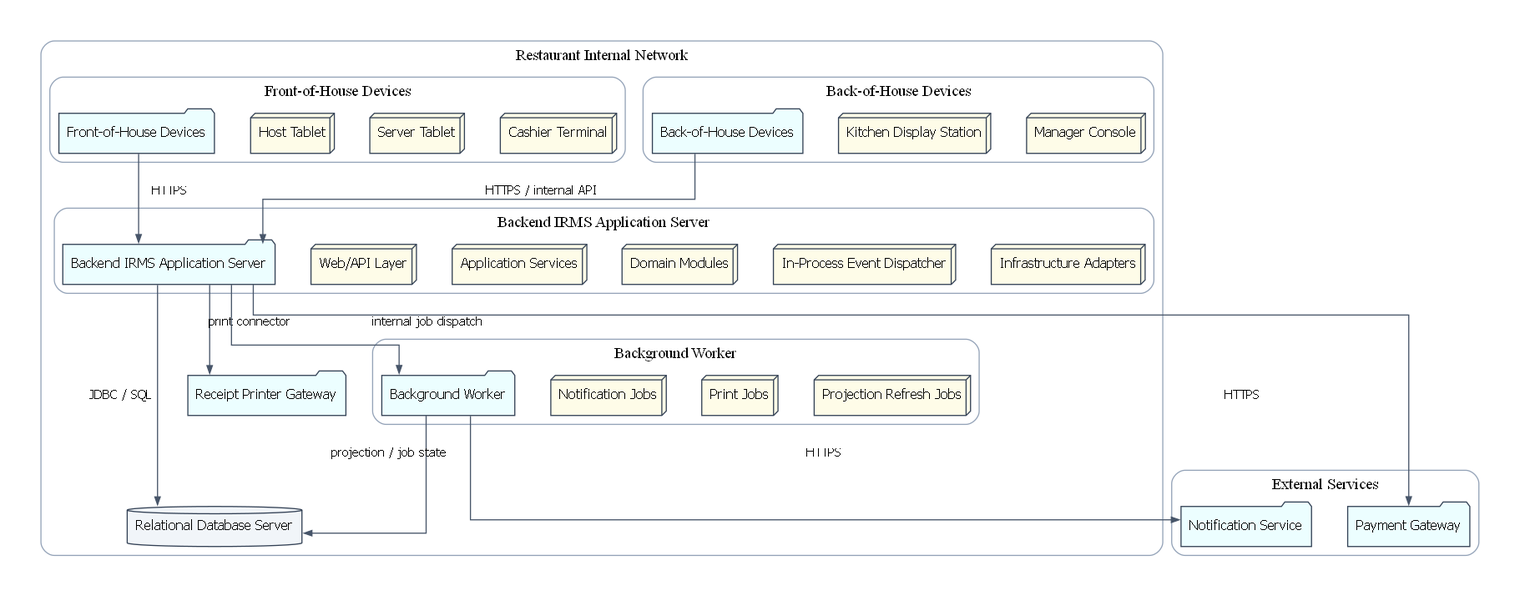
The Graphviz diagram assets/diagrams/rendered/architecture/15_deployment_diagram_physical_deployment_overview.png in lehoangluan1/SA_IRMS, before a commit. Its source is kept beside it as assets/diagrams/source/architecture/15_deployment_diagram_physical_deployment_overview.dot.
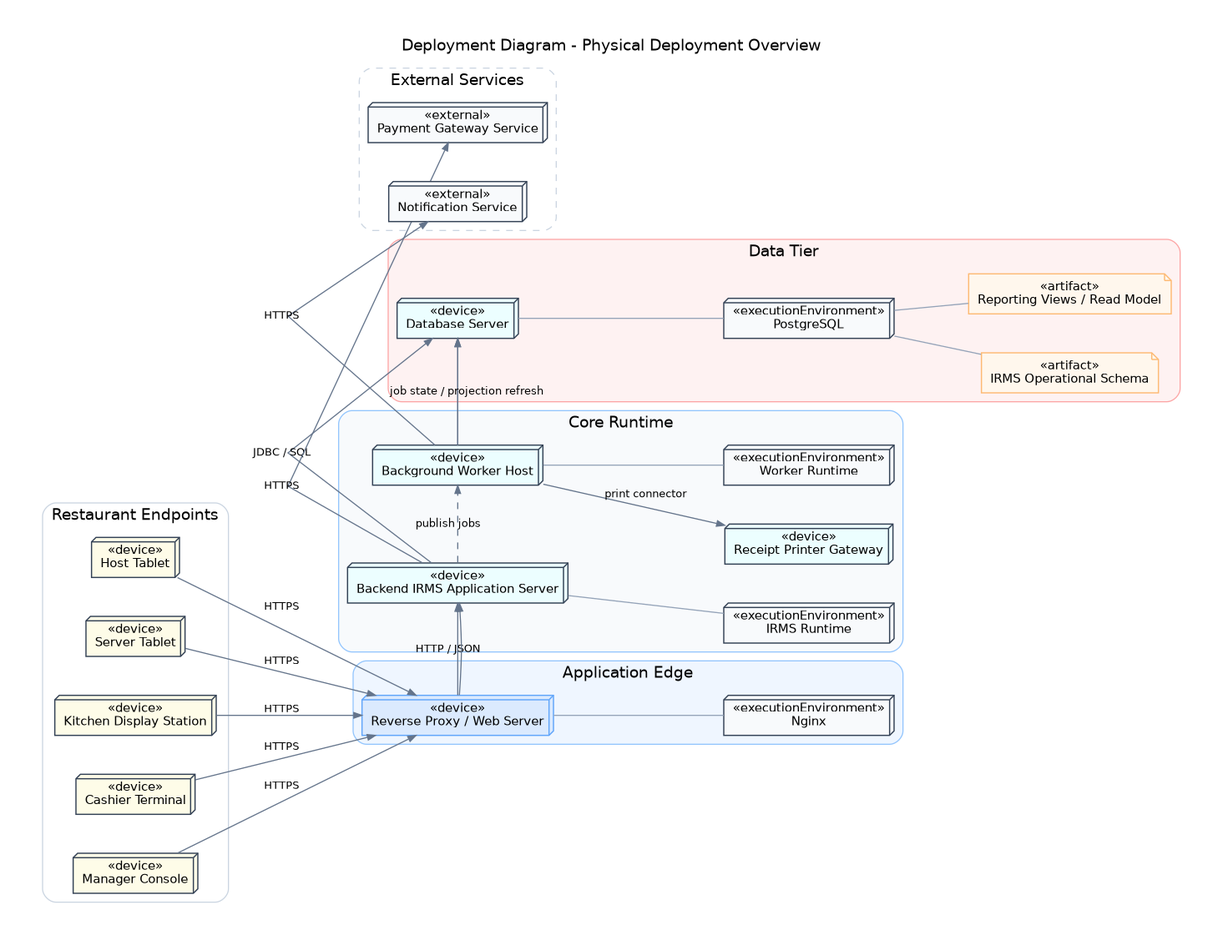
Later version of the same file.

The edit, as a diff of the source:
```diff
@@ -1,64 +1,117 @@
 digraph G {
-  graph [rankdir=TB, bgcolor="white", splines=ortho, nodesep=0.45, ranksep=0.75, pad=0.4];
-  node [fontname="DejaVu Sans", fontsize=12];
-  edge [fontname="DejaVu Sans", fontsize=11, color="#475569", arrowsize=0.7];
-  subgraph cluster_1 {
-    label="Restaurant Internal Network";
-    color="#94A3B8";
+  graph [
+    rankdir=LR,
+    compound=true,
+    newrank=true,
+    bgcolor="white",
+    pad=0.42,
+    nodesep=0.48,
+    ranksep=0.9,
+    splines=line,
+    fontname="DejaVu Sans",
+    labelloc="t",
+    label="Deployment Diagram - Physical Deployment Overview"
+  ];
+
+  node [fontname="DejaVu Sans", fontsize=11, color="#334155", penwidth=1.1, style="filled"];
+  edge [fontname="DejaVu Sans", fontsize=10, color="#64748B", penwidth=1.0, arrowsize=0.72];
+
+  subgraph cluster_clients {
+    label="Restaurant Endpoints";
+    color="#CBD5E1";
     style="rounded";
-    "DB" [label="Relational Database Server", shape=cylinder, style="filled", fillcolor="#F1F5F9", color="#334155", fontname="DejaVu Sans", fontsize=12];
-    "PRN" [label="Receipt Printer Gateway", shape=folder, style="rounded,filled", fillcolor="#ECFEFF", color="#334155", fontname="DejaVu Sans", fontsize=12];
-    subgraph cluster_2 {
-      label="Front-of-House Devices";
-      color="#94A3B8";
-      style="rounded";
-      "FOH" [label="Front-of-House Devices", shape=folder, style="rounded,filled", fillcolor="#ECFEFF", color="#334155", fontname="DejaVu Sans", fontsize=12];
-      "Host_Tablet" [label="Host Tablet", shape=box3d, style="rounded,filled", fillcolor="#FEFCE8", color="#334155", fontname="DejaVu Sans", fontsize=12];
-      "Server_Tablet" [label="Server Tablet", shape=box3d, style="rounded,filled", fillcolor="#FEFCE8", color="#334155", fontname="DejaVu Sans", fontsize=12];
-      "Cashier_Terminal" [label="Cashier Terminal", shape=box3d, style="rounded,filled", fillcolor="#FEFCE8", color="#334155", fontname="DejaVu Sans", fontsize=12];
-    }
-    subgraph cluster_3 {
-      label="Back-of-House Devices";
-      color="#94A3B8";
-      style="rounded";
-      "BOH" [label="Back-of-House Devices", shape=folder, style="rounded,filled", fillcolor="#ECFEFF", color="#334155", fontname="DejaVu Sans", fontsize=12];
-      "Kitchen_Display_Station" [label="Kitchen Display Station", shape=box3d, style="rounded,filled", fillcolor="#FEFCE8", color="#334155", fontname="DejaVu Sans", fontsize=12];
-      "Manager_Console" [label="Manager Console", shape=box3d, style="rounded,filled", fillcolor="#FEFCE8", color="#334155", fontname="DejaVu Sans", fontsize=12];
-    }
-    subgraph cluster_4 {
-      label="Backend IRMS Application Server";
-      color="#94A3B8";
-      style="rounded";
-      "APP" [label="Backend IRMS Application Server", shape=folder, style="rounded,filled", fillcolor="#ECFEFF", color="#334155", fontname="DejaVu Sans", fontsize=12];
-      "Web_API_Layer" [label="Web/API Layer", shape=box3d, style="rounded,filled", fillcolor="#FEFCE8", color="#334155", fontname="DejaVu Sans", fontsize=12];
-      "Application_Services" [label="Application Services", shape=box3d, style="rounded,filled", fillcolor="#FEFCE8", color="#334155", fontname="DejaVu Sans", fontsize=12];
-      "Domain_Modules" [label="Domain Modules", shape=box3d, style="rounded,filled", fillcolor="#FEFCE8", color="#334155", fontname="DejaVu Sans", fontsize=12];
-      "In_Process_Event_Dispatcher" [label="In-Process Event Dispatcher", shape=box3d, style="rounded,filled", fillcolor="#FEFCE8", color="#334155", fontname="DejaVu Sans", fontsize=12];
-      "Infrastructure_Adapters" [label="Infrastructure Adapters", shape=box3d, style="rounded,filled", fillcolor="#FEFCE8", color="#334155", fontname="DejaVu Sans", fontsize=12];
-    }
-    subgraph cluster_5 {
-      label="Background Worker";
-      color="#94A3B8";
-      style="rounded";
-      "WORKER" [label="Background Worker", shape=folder, style="rounded,filled", fillcolor="#ECFEFF", color="#334155", fontname="DejaVu Sans", fontsize=12];
-      "Notification_Jobs" [label="Notification Jobs", shape=box3d, style="rounded,filled", fillcolor="#FEFCE8", color="#334155", fontname="DejaVu Sans", fontsize=12];
-      "Print_Jobs" [label="Print Jobs", shape=box3d, style="rounded,filled", fillcolor="#FEFCE8", color="#334155", fontname="DejaVu Sans", fontsize=12];
-      "Projection_Refresh_Jobs" [label="Projection Refresh Jobs", shape=box3d, style="rounded,filled", fillcolor="#FEFCE8", color="#334155", fontname="DejaVu Sans", fontsize=12];
-    }
+    host   [shape=box3d, fillcolor="#FEFCE8", label="«device»
+Host Tablet"];
+    server [shape=box3d, fillcolor="#FEFCE8", label="«device»
+Server Tablet"];
+    kitchen[label="«device»
+Kitchen Display Station", shape=box3d, fillcolor="#FEFCE8"];
+    cashier[label="«device»
+Cashier Terminal", shape=box3d, fillcolor="#FEFCE8"];
+    manager[label="«device»
+Manager Console", shape=box3d, fillcolor="#FEFCE8"];
   }
-  subgraph cluster_6 {
+
+  subgraph cluster_edge {
+    label="Application Edge";
+    color="#93C5FD";
+    style="rounded,filled";
+    fillcolor="#EFF6FF";
+    proxy [shape=box3d, fillcolor="#DBEAFE", color="#60A5FA", label="«device»
+Reverse Proxy / Web Server"];
+    nginx [shape=box3d, fillcolor="#F8FAFC", label="«executionEnvironment»
+Nginx"];
+    proxy -> nginx [arrowhead=none, color="#94A3B8"];
+  }
+
+  subgraph cluster_core {
+    label="Core Runtime";
+    color="#93C5FD";
+    style="rounded,filled";
+    fillcolor="#F8FAFC";
+
+    apphost [shape=box3d, fillcolor="#ECFEFF", label="«device»
+Backend IRMS Application Server"];
+    apprt   [shape=box3d, fillcolor="#F8FAFC", label="«executionEnvironment»
+IRMS Runtime"];
+    workerh [shape=box3d, fillcolor="#ECFEFF", label="«device»
+Background Worker Host"];
+    workrt  [shape=box3d, fillcolor="#F8FAFC", label="«executionEnvironment»
+Worker Runtime"];
+    printer [shape=box3d, fillcolor="#ECFEFF", label="«device»
+Receipt Printer Gateway"];
+
+    apphost -> apprt [arrowhead=none, color="#94A3B8"];
+    workerh -> workrt [arrowhead=none, color="#94A3B8"];
+  }
+
+  subgraph cluster_data {
+    label="Data Tier";
+    color="#FCA5A5";
+    style="rounded,filled";
+    fillcolor="#FEF2F2";
+    dbhost [shape=box3d, fillcolor="#ECFEFF", label="«device»
+Database Server"];
+    pg     [shape=box3d, fillcolor="#F8FAFC", label="«executionEnvironment»
+PostgreSQL"];
+    opdb   [shape=note, fillcolor="#FFF7ED", color="#FDBA74", label="«artifact»
+IRMS Operational Schema"];
+    readm  [shape=note, fillcolor="#FFF7ED", color="#FDBA74", label="«artifact»
+Reporting Views / Read Model"];
+    dbhost -> pg [arrowhead=none, color="#94A3B8"];
+    pg -> opdb [arrowhead=none, color="#94A3B8"];
+    pg -> readm [arrowhead=none, color="#94A3B8"];
+  }
+
+  subgraph cluster_external {
     label="External Services";
-    color="#94A3B8";
-    style="rounded";
-    "PG" [label="Payment Gateway", shape=folder, style="rounded,filled", fillcolor="#ECFEFF", color="#334155", fontname="DejaVu Sans", fontsize=12];
-    "NS" [label="Notification Service", shape=folder, style="rounded,filled", fillcolor="#ECFEFF", color="#334155", fontname="DejaVu Sans", fontsize=12];
+    color="#CBD5E1";
+    style="rounded,dashed";
+    payment [shape=box3d, fillcolor="#F8FAFC", label="«external»
+Payment Gateway Service"];
+    notify  [shape=box3d, fillcolor="#F8FAFC", label="«external»
+Notification Service"];
   }
-  "FOH" -> "APP" [label="HTTPS"];
-  "BOH" -> "APP" [label="HTTPS / internal API"];
-  "APP" -> "DB" [label="JDBC / SQL"];
-  "APP" -> "WORKER" [label="internal job dispatch"];
-  "WORKER" -> "DB" [label="projection / job state"];
-  "APP" -> "PRN" [label="print connector"];
-  "APP" -> "PG" [label="HTTPS"];
-  "WORKER" -> "NS" [label="HTTPS"];
+
+  { rank=same; host; server; kitchen; cashier; manager; }
+  { rank=same; proxy; apphost; workerh; dbhost; payment; notify; }
+
+  host -> proxy    [label="HTTPS"];
+  server -> proxy  [label="HTTPS"];
+  kitchen -> proxy [label="HTTPS"];
+  cashier -> proxy [label="HTTPS"];
+  manager -> proxy [label="HTTPS"];
+
+  proxy   -> apphost [label="HTTP / JSON"];
+  apphost -> dbhost  [label="JDBC / SQL"];
+  apphost -> workerh [label="publish jobs", style=dashed];
+  workerh -> dbhost  [label="job state / projection refresh"];
+  apphost -> payment [label="HTTPS"];
+  workerh -> notify  [label="HTTPS"];
+  workerh -> printer [label="print connector"];
+
+  proxy -> apphost [weight=8];
+  apphost -> workerh [weight=8, style=invis];
+  workerh -> dbhost [weight=8, style=invis];
+  dbhost -> payment [weight=8, style=invis];
 }
```
